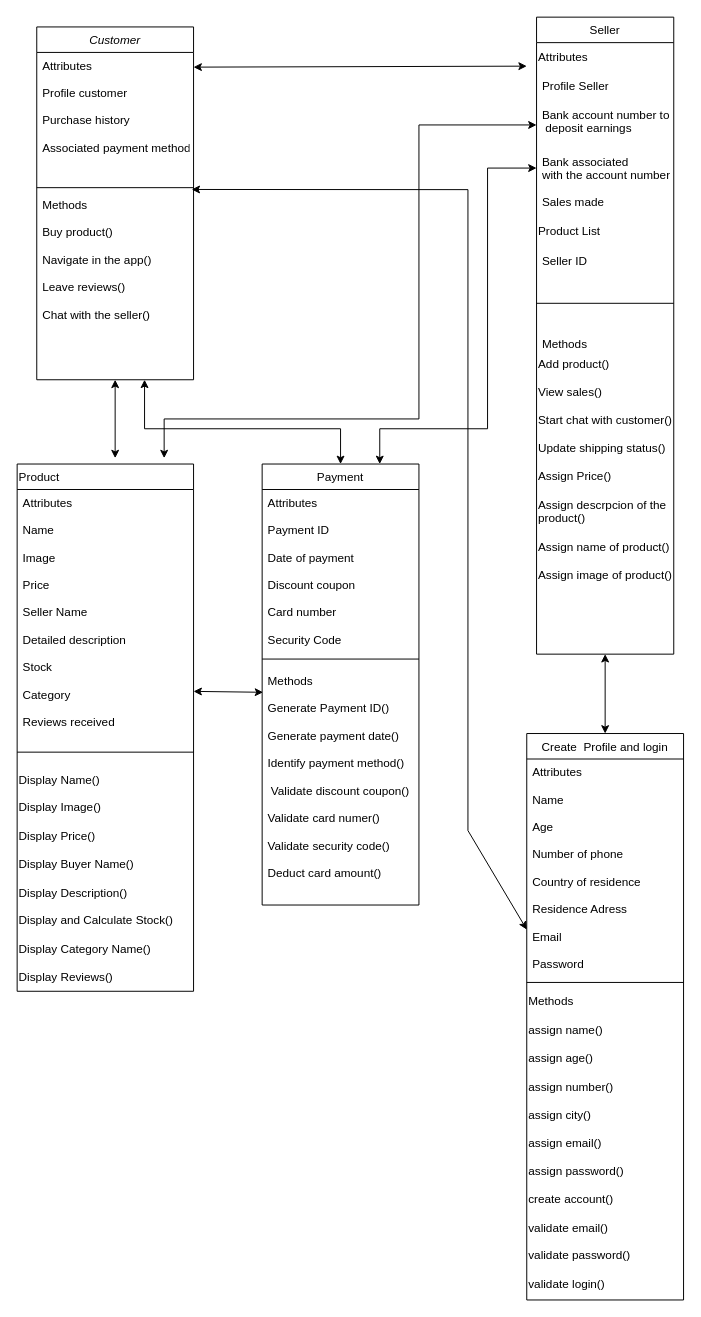
Above: Workshop-2/Diagrama sin título.drawio in Jefferson3108/Proyect-POO (draw.io), before the change. Source tidied: cells renumbered, new cells numbered last; positions are measured from the earlier drawing's top-left corner, leaving out a move shared by most shapes. Both pictures are drawn from the tidied source at 98%, with x=0, y=0 at pixel (17, 17).
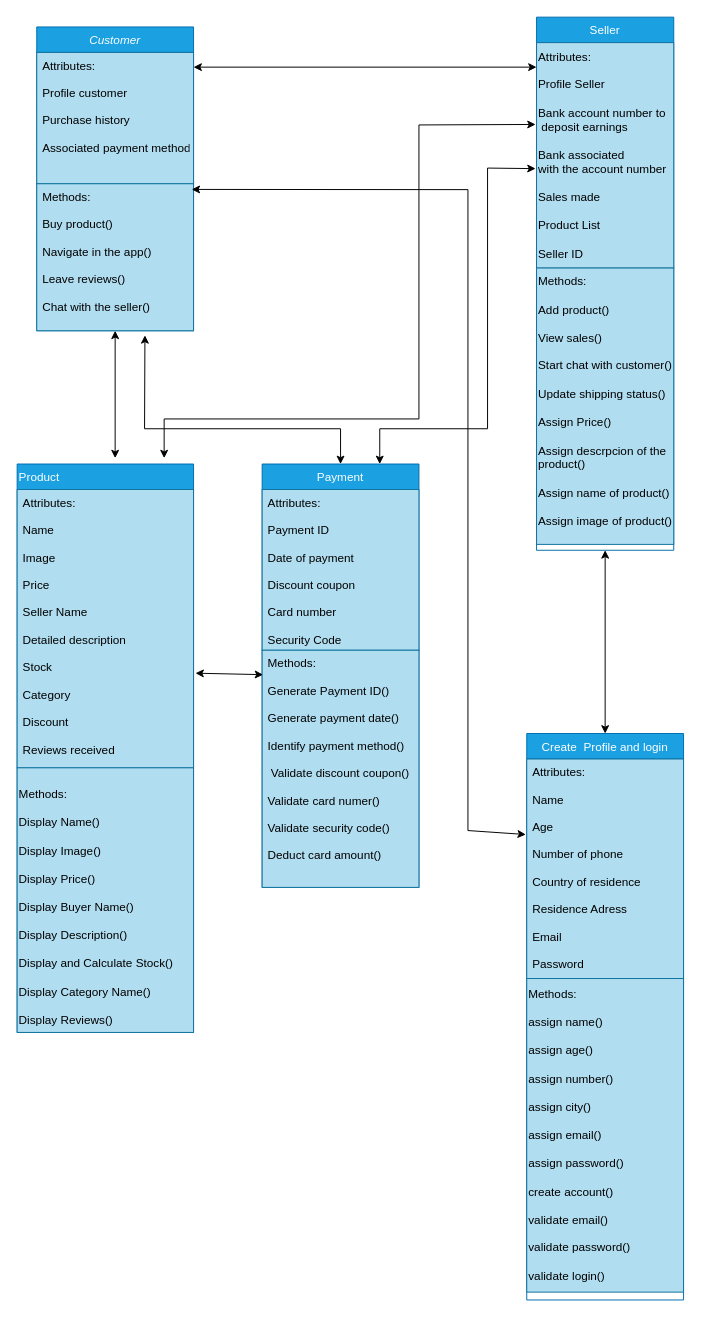
The same diagram, later.

Diff of the diagram source:
```diff
@@
-<mxGraphModel>
+<mxGraphModel background="light-dark(#FFFFFF,#0000FF)">
@@
-    <mxCell id="2" value="Customer" style="swimlane;fontStyle=2;align=center;verticalAlign=top;horizontal=1;startSize=26;rounded=0;shadow=0;strokeWidth=1;" parent="1" vertex="1">
-      <mxGeometry x="20" y="10" width="160" height="360" as="geometry" />
+    <mxCell id="2" value="Customer" style="swimlane;fontStyle=2;align=center;verticalAlign=top;horizontal=1;startSize=26;rounded=0;shadow=0;strokeWidth=1;fillColor=#1ba1e2;strokeColor=#006EAF;fontColor=#ffffff;" parent="1" vertex="1">
+      <mxGeometry x="20" y="10" width="160" height="310" as="geometry" />
     </mxCell>
-    <mxCell id="3" value="Attributes&#10;&#10;Profile customer&#10;&#10;Purchase history&#10;&#10;Associated payment method&#10;&#10;&#10;&#10;&#10;" style="text;align=left;verticalAlign=top;spacingLeft=4;spacingRight=4;overflow=hidden;points=[[0,0.5],[1,0.5]];portConstraint=eastwest;" parent="2" vertex="1">
+    <mxCell id="3" value="Attributes:&#10;&#10;Profile customer&#10;&#10;Purchase history&#10;&#10;Associated payment method&#10;&#10;&#10;&#10;&#10;" style="text;align=left;verticalAlign=top;spacingLeft=4;spacingRight=4;overflow=hidden;points=[[0,0.5],[1,0.5]];portConstraint=eastwest;fillColor=#b1ddf0;strokeColor=#10739e;" parent="2" vertex="1">
       <mxGeometry y="26" width="160" height="134" as="geometry" />
     </mxCell>
-    <mxCell id="4" style="line;html=1;strokeWidth=1;align=left;verticalAlign=middle;spacingTop=-1;spacingLeft=3;spacingRight=3;labelPosition=right;points=[];portConstraint=eastwest;" parent="2" vertex="1">
-      <mxGeometry y="160" width="160" height="8" as="geometry" />
-    </mxCell>
-    <mxCell id="5" value="Methods&#10;&#10;Buy product()&#10;&#10;Navigate in the app()&#10;&#10;Leave reviews()&#10;&#10;Chat with the seller()&#10;&#10;" style="text;align=left;verticalAlign=top;spacingLeft=4;spacingRight=4;overflow=hidden;points=[[0,0.5],[1,0.5]];portConstraint=eastwest;" parent="2" vertex="1">
-      <mxGeometry y="168" width="160" height="134" as="geometry" />
+    <mxCell id="5" value="Methods:&#10;&#10;Buy product()&#10;&#10;Navigate in the app()&#10;&#10;Leave reviews()&#10;&#10;Chat with the seller()&#10;&#10;" style="text;align=left;verticalAlign=top;spacingLeft=4;spacingRight=4;overflow=hidden;points=[[0,0.5],[1,0.5]];portConstraint=eastwest;fillColor=#b1ddf0;strokeColor=#10739e;" parent="2" vertex="1">
+      <mxGeometry y="160" width="160" height="150" as="geometry" />
     </mxCell>
-    <mxCell id="6" value="Product" style="swimlane;fontStyle=0;align=left;verticalAlign=top;horizontal=1;startSize=26;rounded=0;shadow=0;strokeWidth=1;" parent="1" vertex="1">
-      <mxGeometry y="456" width="180" height="538" as="geometry" />
+    <mxCell id="6" value="Product" style="swimlane;fontStyle=0;align=left;verticalAlign=top;horizontal=1;startSize=26;rounded=0;shadow=0;strokeWidth=1;fillColor=#1ba1e2;fontColor=#ffffff;strokeColor=#006EAF;" parent="1" vertex="1">
+      <mxGeometry y="456" width="180" height="580" as="geometry" />
     </mxCell>
-    <mxCell id="7" value="Attributes&#10;&#10;Name&#10;&#10;Image&#10;&#10;Price&#10;&#10;Seller Name&#10;&#10;Detailed description&#10;&#10;Stock &#10;&#10;Category&#10;&#10;Reviews received&#10;&#10;&#10;&#10;&#10;" style="text;align=left;verticalAlign=top;spacingLeft=4;spacingRight=4;overflow=hidden;points=[[0,0.5],[1,0.5]];portConstraint=eastwest;" parent="6" vertex="1">
-      <mxGeometry y="26" width="180" height="254" as="geometry" />
+    <mxCell id="7" value="Attributes:&#10;&#10;Name&#10;&#10;Image&#10;&#10;Price&#10;&#10;Seller Name&#10;&#10;Detailed description&#10;&#10;Stock &#10;&#10;Category&#10;&#10;Discount&#10;&#10;Reviews received&#10;&#10;&#10;&#10;&#10;" style="text;align=left;verticalAlign=top;spacingLeft=4;spacingRight=4;overflow=hidden;points=[[0,0.5],[1,0.5]];portConstraint=eastwest;fillColor=#b1ddf0;strokeColor=#10739e;" parent="6" vertex="1">
+      <mxGeometry y="26" width="180" height="284" as="geometry" />
     </mxCell>
-    <mxCell id="8" style="line;html=1;strokeWidth=1;align=left;verticalAlign=middle;spacingTop=-1;spacingLeft=3;spacingRight=3;labelPosition=right;" parent="6" vertex="1">
-      <mxGeometry y="280" width="180" height="28" as="geometry" />
-    </mxCell>
-    <mxCell id="9" value="&lt;div&gt;Display Name()&lt;/div&gt;&lt;div&gt;&lt;span style=&quot;background-color: transparent; color: light-dark(rgb(0, 0, 0), rgb(255, 255, 255));&quot;&gt;&lt;br&gt;&lt;/span&gt;&lt;/div&gt;&lt;div&gt;&lt;span style=&quot;background-color: transparent; color: light-dark(rgb(0, 0, 0), rgb(255, 255, 255));&quot;&gt;Display Image()&lt;/span&gt;&lt;/div&gt;&lt;div&gt;&lt;br&gt;&lt;/div&gt;&lt;div&gt;Display Price()&lt;/div&gt;&lt;div&gt;&lt;br&gt;&lt;/div&gt;&lt;div&gt;Display Buyer Name()&lt;/div&gt;&lt;div&gt;&lt;br&gt;&lt;/div&gt;&lt;div&gt;Display Description()&lt;/div&gt;&lt;div&gt;&lt;br&gt;&lt;/div&gt;&lt;div&gt;&lt;span style=&quot;background-color: transparent; color: light-dark(rgb(0, 0, 0), rgb(255, 255, 255));&quot;&gt;Display and Calculate Stock()&lt;/span&gt;&lt;/div&gt;&lt;div&gt;&lt;br&gt;&lt;/div&gt;&lt;div&gt;Display Category Name()&lt;/div&gt;&lt;div&gt;&lt;br&gt;&lt;/div&gt;&lt;div&gt;Display Reviews()&lt;/div&gt;" style="text;html=1;align=left;verticalAlign=middle;strokeColor=none;fillColor=none;" parent="6" vertex="1">
-      <mxGeometry y="308" width="180" height="230" as="geometry" />
+    <mxCell id="9" value="&lt;div&gt;&lt;br&gt;&lt;/div&gt;&lt;div&gt;Methods:&lt;/div&gt;&lt;div&gt;&amp;nbsp;&lt;/div&gt;&lt;div&gt;Display Name()&lt;/div&gt;&lt;div&gt;&lt;span style=&quot;background-color: transparent; color: light-dark(rgb(0, 0, 0), rgb(255, 255, 255));&quot;&gt;&lt;br&gt;&lt;/span&gt;&lt;/div&gt;&lt;div&gt;&lt;span style=&quot;background-color: transparent; color: light-dark(rgb(0, 0, 0), rgb(255, 255, 255));&quot;&gt;Display Image()&lt;/span&gt;&lt;/div&gt;&lt;div&gt;&lt;br&gt;&lt;/div&gt;&lt;div&gt;Display Price()&lt;/div&gt;&lt;div&gt;&lt;br&gt;&lt;/div&gt;&lt;div&gt;Display Buyer Name()&lt;/div&gt;&lt;div&gt;&lt;br&gt;&lt;/div&gt;&lt;div&gt;Display Description()&lt;/div&gt;&lt;div&gt;&lt;br&gt;&lt;/div&gt;&lt;div&gt;&lt;span style=&quot;background-color: transparent; color: light-dark(rgb(0, 0, 0), rgb(255, 255, 255));&quot;&gt;Display and Calculate Stock()&lt;/span&gt;&lt;/div&gt;&lt;div&gt;&lt;br&gt;&lt;/div&gt;&lt;div&gt;Display Category Name()&lt;/div&gt;&lt;div&gt;&lt;br&gt;&lt;/div&gt;&lt;div&gt;Display Reviews()&lt;/div&gt;" style="text;html=1;align=left;verticalAlign=middle;strokeColor=#10739e;fillColor=#b1ddf0;" parent="6" vertex="1">
+      <mxGeometry y="310" width="180" height="270" as="geometry" />
     </mxCell>
-    <mxCell id="10" value="Payment" style="swimlane;fontStyle=0;align=center;verticalAlign=top;horizontal=1;startSize=26;rounded=0;shadow=0;strokeWidth=1;" parent="1" vertex="1">
-      <mxGeometry x="250" y="456" width="160" height="450" as="geometry" />
+    <mxCell id="10" value="Payment" style="swimlane;fontStyle=0;align=center;verticalAlign=top;horizontal=1;startSize=26;rounded=0;shadow=0;strokeWidth=1;fillColor=#1ba1e2;fontColor=#ffffff;strokeColor=#006EAF;" parent="1" vertex="1">
+      <mxGeometry x="250" y="456" width="160" height="432" as="geometry" />
     </mxCell>
-    <mxCell id="11" value="Attributes&#10;&#10;Payment ID &#10;&#10;Date of payment&#10;&#10;Discount coupon&#10;&#10;Card number&#10;&#10;Security Code" style="text;align=left;verticalAlign=top;spacingLeft=4;spacingRight=4;overflow=hidden;" parent="10" vertex="1">
+    <mxCell id="11" value="Attributes:&#10;&#10;Payment ID &#10;&#10;Date of payment&#10;&#10;Discount coupon&#10;&#10;Card number&#10;&#10;Security Code" style="text;align=left;verticalAlign=top;spacingLeft=4;spacingRight=4;overflow=hidden;fillColor=#b1ddf0;strokeColor=#10739e;" parent="10" vertex="1">
       <mxGeometry y="26" width="160" height="164" as="geometry" />
     </mxCell>
-    <mxCell id="12" style="line;html=1;strokeWidth=1;align=left;verticalAlign=middle;spacingTop=-1;spacingLeft=3;spacingRight=3;labelPosition=right;" parent="10" vertex="1">
-      <mxGeometry y="190" width="160" height="18" as="geometry" />
-    </mxCell>
-    <mxCell id="13" value="Methods&#10;&#10;Generate Payment ID() &#10;&#10;Generate payment date()&#10;&#10;Identify payment method()&#10;&#10; Validate discount coupon()&#10;&#10;Validate card numer()&#10;&#10;Validate security code()&#10;&#10;Deduct card amount()" style="text;align=left;verticalAlign=top;spacingLeft=4;spacingRight=4;overflow=hidden;points=[[0,0.5],[1,0.5]];portConstraint=eastwest;" parent="10" vertex="1">
-      <mxGeometry y="208" width="160" height="242" as="geometry" />
+    <mxCell id="13" value="Methods:&#10;&#10;Generate Payment ID() &#10;&#10;Generate payment date()&#10;&#10;Identify payment method()&#10;&#10; Validate discount coupon()&#10;&#10;Validate card numer()&#10;&#10;Validate security code()&#10;&#10;Deduct card amount()" style="text;align=left;verticalAlign=top;spacingLeft=4;spacingRight=4;overflow=hidden;points=[[0,0.5],[1,0.5]];portConstraint=eastwest;fillColor=#b1ddf0;strokeColor=#10739e;" parent="10" vertex="1">
+      <mxGeometry y="190" width="160" height="242" as="geometry" />
     </mxCell>
-    <mxCell id="14" value="Seller" style="swimlane;fontStyle=0;align=center;verticalAlign=top;horizontal=1;startSize=26;rounded=0;shadow=0;strokeWidth=1;" parent="1" vertex="1">
-      <mxGeometry x="530" width="140" height="650" as="geometry" />
+    <mxCell id="14" value="Seller" style="swimlane;fontStyle=0;align=center;verticalAlign=top;horizontal=1;startSize=26;rounded=0;shadow=0;strokeWidth=1;fillColor=#1ba1e2;strokeColor=#006EAF;fontColor=#ffffff;" parent="1" vertex="1">
+      <mxGeometry x="530" width="140" height="544" as="geometry" />
     </mxCell>
-    <mxCell id="15" value="Attributes" style="text;html=1;align=left;verticalAlign=middle;whiteSpace=wrap;rounded=0;" parent="14" vertex="1">
-      <mxGeometry y="26" width="140" height="30" as="geometry" />
+    <mxCell id="15" value="Attributes:&lt;div&gt;&lt;br&gt;&lt;/div&gt;&lt;div&gt;Profile Seller&lt;/div&gt;&lt;div&gt;&lt;br&gt;&lt;/div&gt;&lt;div&gt;&lt;span style=&quot;text-wrap-mode: nowrap;&quot;&gt;Bank account number to&lt;/span&gt;&lt;br style=&quot;padding: 0px; margin: 0px; text-wrap-mode: nowrap;&quot;&gt;&lt;span style=&quot;text-wrap-mode: nowrap;&quot;&gt;&amp;nbsp;deposit earnings&lt;/span&gt;&lt;/div&gt;&lt;div&gt;&lt;br&gt;&lt;/div&gt;&lt;div&gt;&lt;span style=&quot;text-wrap-mode: nowrap;&quot;&gt;Bank associated&amp;nbsp;&lt;/span&gt;&lt;br style=&quot;padding: 0px; margin: 0px; text-wrap-mode: nowrap;&quot;&gt;&lt;span style=&quot;text-wrap-mode: nowrap;&quot;&gt;with the account number&lt;/span&gt;&lt;/div&gt;&lt;div&gt;&lt;span style=&quot;text-wrap-mode: nowrap;&quot;&gt;&lt;br&gt;&lt;/span&gt;&lt;/div&gt;&lt;div&gt;Sales made&lt;span style=&quot;text-wrap-mode: nowrap;&quot;&gt;&lt;/span&gt;&lt;/div&gt;&lt;div&gt;&lt;br&gt;&lt;/div&gt;&lt;div&gt;&lt;span style=&quot;text-wrap-mode: nowrap;&quot;&gt;Product List&lt;/span&gt;&lt;/div&gt;&lt;div&gt;&lt;span style=&quot;text-wrap-mode: nowrap;&quot;&gt;&lt;br&gt;&lt;/span&gt;&lt;/div&gt;&lt;div&gt;&lt;span style=&quot;text-wrap-mode: nowrap;&quot;&gt;Seller ID&lt;/span&gt;&lt;/div&gt;" style="text;html=1;align=left;verticalAlign=middle;whiteSpace=wrap;rounded=0;fillColor=#b1ddf0;strokeColor=#10739e;" parent="14" vertex="1">
+      <mxGeometry y="26" width="140" height="230" as="geometry" />
     </mxCell>
-    <mxCell id="16" value="Profile Seller" style="text;strokeColor=none;fillColor=none;align=left;verticalAlign=middle;spacingLeft=4;spacingRight=4;overflow=hidden;whiteSpace=wrap;html=1;" parent="14" vertex="1">
-      <mxGeometry y="56" width="140" height="30" as="geometry" />
-    </mxCell>
-    <mxCell id="17" value="Bank account number to&#10; deposit earnings" style="text;align=left;verticalAlign=top;spacingLeft=4;spacingRight=4;overflow=hidden;points=[[0,0.5],[1,0.5]];portConstraint=eastwest;rounded=0;shadow=0;html=0;" parent="14" vertex="1">
-      <mxGeometry y="86" width="140" height="48" as="geometry" />
-    </mxCell>
-    <mxCell id="18" value="Bank associated &#10;with the account number" style="text;align=left;verticalAlign=top;spacingLeft=4;spacingRight=4;overflow=hidden;points=[[0,0.5],[1,0.5]];portConstraint=eastwest;rounded=0;shadow=0;html=0;" parent="14" vertex="1">
-      <mxGeometry y="134" width="140" height="40" as="geometry" />
-    </mxCell>
-    <mxCell id="19" value="Sales made" style="text;strokeColor=none;fillColor=none;align=left;verticalAlign=middle;spacingLeft=4;spacingRight=4;overflow=hidden;whiteSpace=wrap;html=1;" parent="14" vertex="1">
-      <mxGeometry y="174" width="140" height="30" as="geometry" />
-    </mxCell>
-    <mxCell id="20" value="Product List" style="text;html=1;align=left;verticalAlign=middle;strokeColor=none;fillColor=none;" parent="14" vertex="1">
-      <mxGeometry y="204" width="140" height="30" as="geometry" />
-    </mxCell>
-    <mxCell id="21" value="Seller ID" style="text;strokeColor=none;fillColor=none;align=left;verticalAlign=middle;spacingLeft=4;spacingRight=4;overflow=hidden;whiteSpace=wrap;html=1;" parent="14" vertex="1">
-      <mxGeometry y="234" width="140" height="30" as="geometry" />
-    </mxCell>
-    <mxCell id="22" style="line;html=1;strokeWidth=1;align=left;verticalAlign=middle;spacingTop=-1;spacingLeft=3;spacingRight=3;labelPosition=right;" parent="14" vertex="1">
-      <mxGeometry y="264" width="140" height="56" as="geometry" />
-    </mxCell>
-    <mxCell id="23" value="Methods" style="text;align=left;verticalAlign=top;spacingLeft=4;spacingRight=4;overflow=hidden;" parent="14" vertex="1">
-      <mxGeometry y="320" width="140" height="20" as="geometry" />
-    </mxCell>
-    <mxCell id="24" value="Add product()&amp;nbsp;&lt;div&gt;&lt;br&gt;View sales()&lt;/div&gt;&lt;div&gt;&lt;br&gt;Start chat with customer()&lt;/div&gt;&lt;div&gt;&lt;br&gt;&lt;/div&gt;&lt;div&gt;&lt;span style=&quot;background-color: transparent; color: light-dark(rgb(0, 0, 0), rgb(255, 255, 255));&quot;&gt;Update shipping status()&lt;/span&gt;&lt;/div&gt;&lt;div&gt;&lt;span style=&quot;background-color: transparent; color: light-dark(rgb(0, 0, 0), rgb(255, 255, 255));&quot;&gt;&lt;br&gt;&lt;/span&gt;&lt;/div&gt;&lt;div&gt;&lt;span style=&quot;background-color: transparent; color: light-dark(rgb(0, 0, 0), rgb(255, 255, 255));&quot;&gt;Assign Price()&amp;nbsp;&lt;/span&gt;&lt;/div&gt;&lt;div&gt;&lt;br&gt;&lt;/div&gt;&lt;div&gt;Assign descrpcion of the product()&lt;/div&gt;&lt;div&gt;&lt;br&gt;&lt;/div&gt;&lt;div&gt;Assign name of product()&lt;/div&gt;&lt;div&gt;&lt;br&gt;&lt;/div&gt;&lt;div&gt;Assign image of product()&lt;/div&gt;&lt;div&gt;&lt;span style=&quot;background-color: transparent; color: light-dark(rgb(0, 0, 0), rgb(255, 255, 255));&quot;&gt;&lt;br&gt;&lt;/span&gt;&lt;/div&gt;" style="text;whiteSpace=wrap;html=1;" parent="14" vertex="1">
-      <mxGeometry y="340" width="140" height="110" as="geometry" />
+    <mxCell id="24" value="&lt;div&gt;Methods:&lt;/div&gt;&lt;div&gt;&lt;br&gt;&lt;/div&gt;Add product()&amp;nbsp;&lt;div&gt;&lt;br&gt;View sales()&lt;/div&gt;&lt;div&gt;&lt;br&gt;Start chat with customer()&lt;/div&gt;&lt;div&gt;&lt;br&gt;&lt;/div&gt;&lt;div&gt;&lt;span style=&quot;background-color: transparent; color: light-dark(rgb(0, 0, 0), rgb(255, 255, 255));&quot;&gt;Update shipping status()&lt;/span&gt;&lt;/div&gt;&lt;div&gt;&lt;span style=&quot;background-color: transparent; color: light-dark(rgb(0, 0, 0), rgb(255, 255, 255));&quot;&gt;&lt;br&gt;&lt;/span&gt;&lt;/div&gt;&lt;div&gt;&lt;span style=&quot;background-color: transparent; color: light-dark(rgb(0, 0, 0), rgb(255, 255, 255));&quot;&gt;Assign Price()&amp;nbsp;&lt;/span&gt;&lt;/div&gt;&lt;div&gt;&lt;br&gt;&lt;/div&gt;&lt;div&gt;Assign descrpcion of the product()&lt;/div&gt;&lt;div&gt;&lt;br&gt;&lt;/div&gt;&lt;div&gt;Assign name of product()&lt;/div&gt;&lt;div&gt;&lt;br&gt;&lt;/div&gt;&lt;div&gt;Assign image of product()&lt;/div&gt;&lt;div&gt;&lt;span style=&quot;background-color: transparent; color: light-dark(rgb(0, 0, 0), rgb(255, 255, 255));&quot;&gt;&lt;br&gt;&lt;/span&gt;&lt;/div&gt;" style="text;whiteSpace=wrap;html=1;fillColor=#b1ddf0;strokeColor=#10739e;" parent="14" vertex="1">
+      <mxGeometry y="256" width="140" height="282" as="geometry" />
     </mxCell>
@@
     <mxCell id="26" style="endArrow=classic;startArrow=classic;html=1;rounded=0;exitX=1;exitY=0.112;exitDx=0;exitDy=0;exitPerimeter=0;" parent="1" edge="1" source="3">
       <mxGeometry relative="1" as="geometry">
-        <mxPoint x="520" y="50" as="targetPoint" />
+        <mxPoint x="530" y="51" as="targetPoint" />
       </mxGeometry>
     </mxCell>
-    <mxCell id="27" style="endArrow=classic;startArrow=classic;html=1;rounded=0;exitX=0.988;exitY=0.729;exitDx=0;exitDy=0;exitPerimeter=0;entryX=0;entryY=0.777;entryDx=0;entryDy=0;entryPerimeter=0;" parent="1" edge="1" source="4" target="33">
+    <mxCell id="27" style="endArrow=classic;startArrow=classic;html=1;rounded=0;exitX=0.988;exitY=0.729;exitDx=0;exitDy=0;exitPerimeter=0;entryX=-0.006;entryY=0.344;entryDx=0;entryDy=0;entryPerimeter=0;" parent="1" edge="1" target="33">
       <mxGeometry relative="1" as="geometry">
+        <mxPoint x="178.1" y="175.8" as="sourcePoint" />
         <Array as="points">
           <mxPoint x="460" y="176" />
           <mxPoint x="460" y="830" />
         </Array>
       </mxGeometry>
     </mxCell>
-    <mxCell id="28" style="endArrow=classic;startArrow=classic;html=1;rounded=0;exitX=0.5;exitY=0;exitDx=0;exitDy=0;" parent="1" edge="1" source="10">
+    <mxCell id="28" style="endArrow=classic;startArrow=classic;html=1;rounded=0;exitX=0.5;exitY=0;exitDx=0;exitDy=0;entryX=0.69;entryY=1.031;entryDx=0;entryDy=0;entryPerimeter=0;" parent="1" edge="1" source="10" target="5">
       <mxGeometry relative="1" as="geometry">
-        <mxPoint x="130" y="370" as="targetPoint" />
         <Array as="points">
           <mxPoint x="330" y="420" />
           <mxPoint x="130" y="420" />
         </Array>
       </mxGeometry>
     </mxCell>
-    <mxCell id="29" style="endArrow=classic;startArrow=classic;html=1;rounded=0;exitX=0.75;exitY=0;exitDx=0;exitDy=0;entryX=0;entryY=0.5;entryDx=0;entryDy=0;" parent="1" edge="1" source="10" target="18">
+    <mxCell id="29" style="endArrow=classic;startArrow=classic;html=1;rounded=0;exitX=0.75;exitY=0;exitDx=0;exitDy=0;entryX=-0.007;entryY=0.559;entryDx=0;entryDy=0;entryPerimeter=0;" parent="1" edge="1" source="10" target="15">
       <mxGeometry relative="1" as="geometry">
         <Array as="points">
           <mxPoint x="370" y="420" />
           <mxPoint x="480" y="420" />
           <mxPoint x="480" y="154" />
         </Array>
       </mxGeometry>
     </mxCell>
-    <mxCell id="30" style="endArrow=classic;startArrow=classic;html=1;rounded=0;entryX=0;entryY=0.5;entryDx=0;entryDy=0;" parent="1" edge="1" target="17">
+    <mxCell id="30" style="endArrow=classic;startArrow=classic;html=1;rounded=0;entryX=-0.007;entryY=0.363;entryDx=0;entryDy=0;entryPerimeter=0;" parent="1" edge="1" target="15">
       <mxGeometry relative="1" as="geometry">
         <mxPoint x="150" y="450" as="sourcePoint" />
         <Array as="points">
           <mxPoint x="150" y="410" />
           <mxPoint x="410" y="410" />
           <mxPoint x="410" y="110" />
         </Array>
       </mxGeometry>
     </mxCell>
-    <mxCell id="31" style="endArrow=classic;startArrow=classic;html=1;rounded=0;entryX=0.006;entryY=0.103;entryDx=0;entryDy=0;exitX=1;exitY=0.811;exitDx=0;exitDy=0;exitPerimeter=0;entryPerimeter=0;" parent="1" edge="1" source="7" target="13">
+    <mxCell id="31" style="endArrow=classic;startArrow=classic;html=1;rounded=0;entryX=0.006;entryY=0.103;entryDx=0;entryDy=0;exitX=1.011;exitY=0.66;exitDx=0;exitDy=0;exitPerimeter=0;entryPerimeter=0;" parent="1" edge="1" source="7" target="13">
       <mxGeometry relative="1" as="geometry" />
     </mxCell>
-    <mxCell id="32" value="Create  Profile and login" style="swimlane;fontStyle=0;align=center;verticalAlign=top;horizontal=1;startSize=26;rounded=0;shadow=0;strokeWidth=1;" parent="1" vertex="1">
+    <mxCell id="32" value="Create  Profile and login" style="swimlane;fontStyle=0;align=center;verticalAlign=top;horizontal=1;startSize=26;rounded=0;shadow=0;strokeWidth=1;fillColor=#1ba1e2;fontColor=#ffffff;strokeColor=#006EAF;" parent="1" vertex="1">
       <mxGeometry x="520" y="731" width="160" height="578" as="geometry" />
     </mxCell>
-    <mxCell id="33" value="Attributes&#10;&#10;Name&#10;&#10;Age&#10;&#10;Number of phone&#10;&#10;Country of residence&#10;&#10;Residence Adress&#10;&#10;Email&#10;&#10;Password&#10;" style="text;align=left;verticalAlign=top;spacingLeft=4;spacingRight=4;overflow=hidden;points=[[0,0.5],[1,0.5]];portConstraint=eastwest;" parent="32" vertex="1">
+    <mxCell id="33" value="Attributes:&#10;&#10;Name&#10;&#10;Age&#10;&#10;Number of phone&#10;&#10;Country of residence&#10;&#10;Residence Adress&#10;&#10;Email&#10;&#10;Password&#10;" style="text;align=left;verticalAlign=top;spacingLeft=4;spacingRight=4;overflow=hidden;points=[[0,0.5],[1,0.5]];portConstraint=eastwest;fillColor=#b1ddf0;strokeColor=#10739e;" parent="32" vertex="1">
       <mxGeometry y="26" width="160" height="224" as="geometry" />
     </mxCell>
-    <mxCell id="34" style="line;html=1;strokeWidth=1;align=left;verticalAlign=middle;spacingTop=-1;spacingLeft=3;spacingRight=3;labelPosition=right;" parent="32" vertex="1">
-      <mxGeometry y="250" width="160" height="8" as="geometry" />
-    </mxCell>
-    <mxCell id="35" value="Methods&lt;div&gt;&lt;br&gt;&lt;/div&gt;&lt;div&gt;&lt;div&gt;assign name()&lt;/div&gt;&lt;div&gt;&lt;br&gt;&lt;/div&gt;&lt;div&gt;assign age()&lt;/div&gt;&lt;div&gt;&lt;br&gt;&lt;/div&gt;&lt;div&gt;assign number()&lt;/div&gt;&lt;div&gt;&lt;br&gt;&lt;/div&gt;&lt;div&gt;assign city()&lt;/div&gt;&lt;div&gt;&lt;br&gt;&lt;/div&gt;&lt;div&gt;assign email()&lt;/div&gt;&lt;div&gt;&lt;br&gt;&lt;/div&gt;&lt;div&gt;assign password()&lt;/div&gt;&lt;div&gt;&lt;br&gt;&lt;/div&gt;&lt;div&gt;create account()&lt;/div&gt;&lt;div&gt;&lt;br&gt;&lt;/div&gt;&lt;div&gt;validate email()&lt;/div&gt;&lt;div&gt;&lt;br&gt;&lt;/div&gt;&lt;div&gt;validate password()&lt;/div&gt;&lt;div&gt;&lt;br&gt;&lt;/div&gt;&lt;div&gt;validate login()&lt;/div&gt;&lt;/div&gt;" style="text;html=1;align=left;verticalAlign=middle;strokeColor=none;fillColor=none;" parent="32" vertex="1">
-      <mxGeometry y="258" width="160" height="320" as="geometry" />
+    <mxCell id="35" value="Methods:&lt;div&gt;&lt;br&gt;&lt;/div&gt;&lt;div&gt;&lt;div&gt;assign name()&lt;/div&gt;&lt;div&gt;&lt;br&gt;&lt;/div&gt;&lt;div&gt;assign age()&lt;/div&gt;&lt;div&gt;&lt;br&gt;&lt;/div&gt;&lt;div&gt;assign number()&lt;/div&gt;&lt;div&gt;&lt;br&gt;&lt;/div&gt;&lt;div&gt;assign city()&lt;/div&gt;&lt;div&gt;&lt;br&gt;&lt;/div&gt;&lt;div&gt;assign email()&lt;/div&gt;&lt;div&gt;&lt;br&gt;&lt;/div&gt;&lt;div&gt;assign password()&lt;/div&gt;&lt;div&gt;&lt;br&gt;&lt;/div&gt;&lt;div&gt;create account()&lt;/div&gt;&lt;div&gt;&lt;br&gt;&lt;/div&gt;&lt;div&gt;validate email()&lt;/div&gt;&lt;div&gt;&lt;br&gt;&lt;/div&gt;&lt;div&gt;validate password()&lt;/div&gt;&lt;div&gt;&lt;br&gt;&lt;/div&gt;&lt;div&gt;validate login()&lt;/div&gt;&lt;/div&gt;" style="text;html=1;align=left;verticalAlign=middle;strokeColor=#10739e;fillColor=#b1ddf0;" parent="32" vertex="1">
+      <mxGeometry y="250" width="160" height="320" as="geometry" />
     </mxCell>
```
